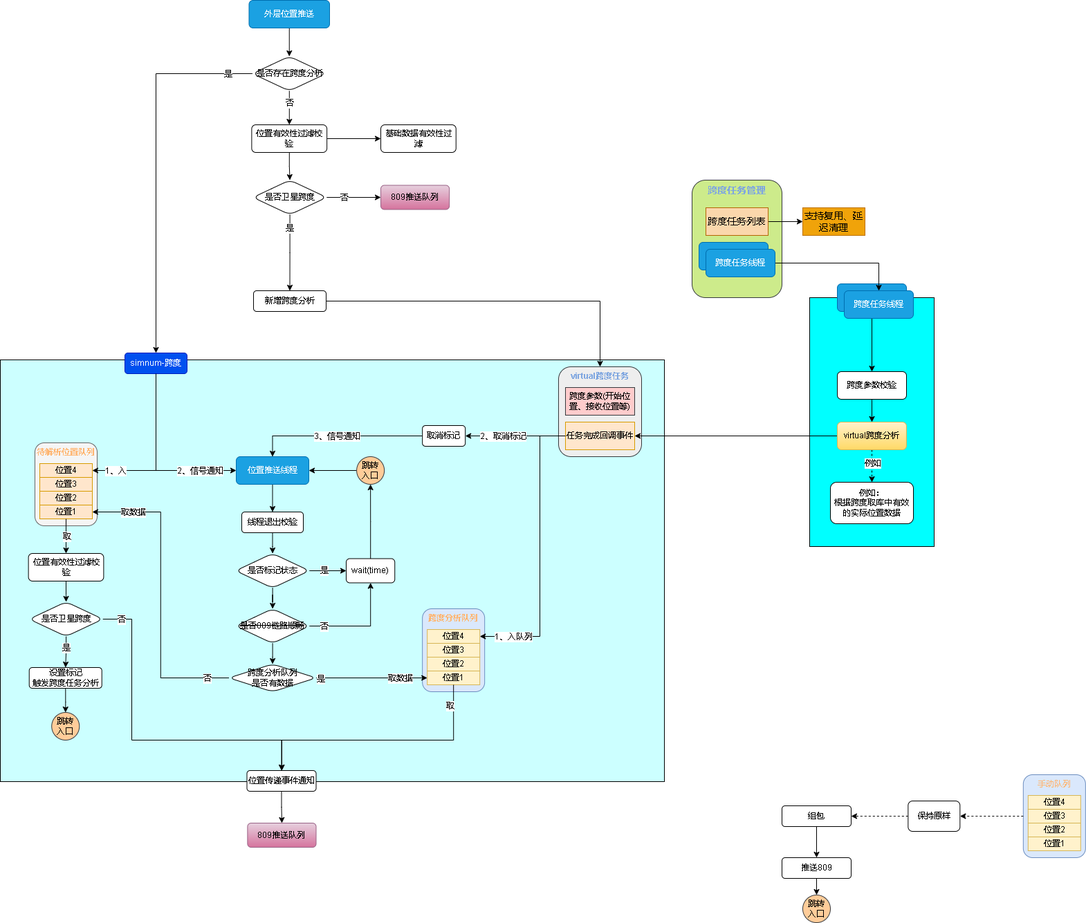
Earlier version of the draw.io export 809数据跨度.drawio.png (xktder/draw). Source tidied: cells renumbered, new cells last; positions are measured from the earlier drawing's top-left corner, leaving out a move shared by most shapes.
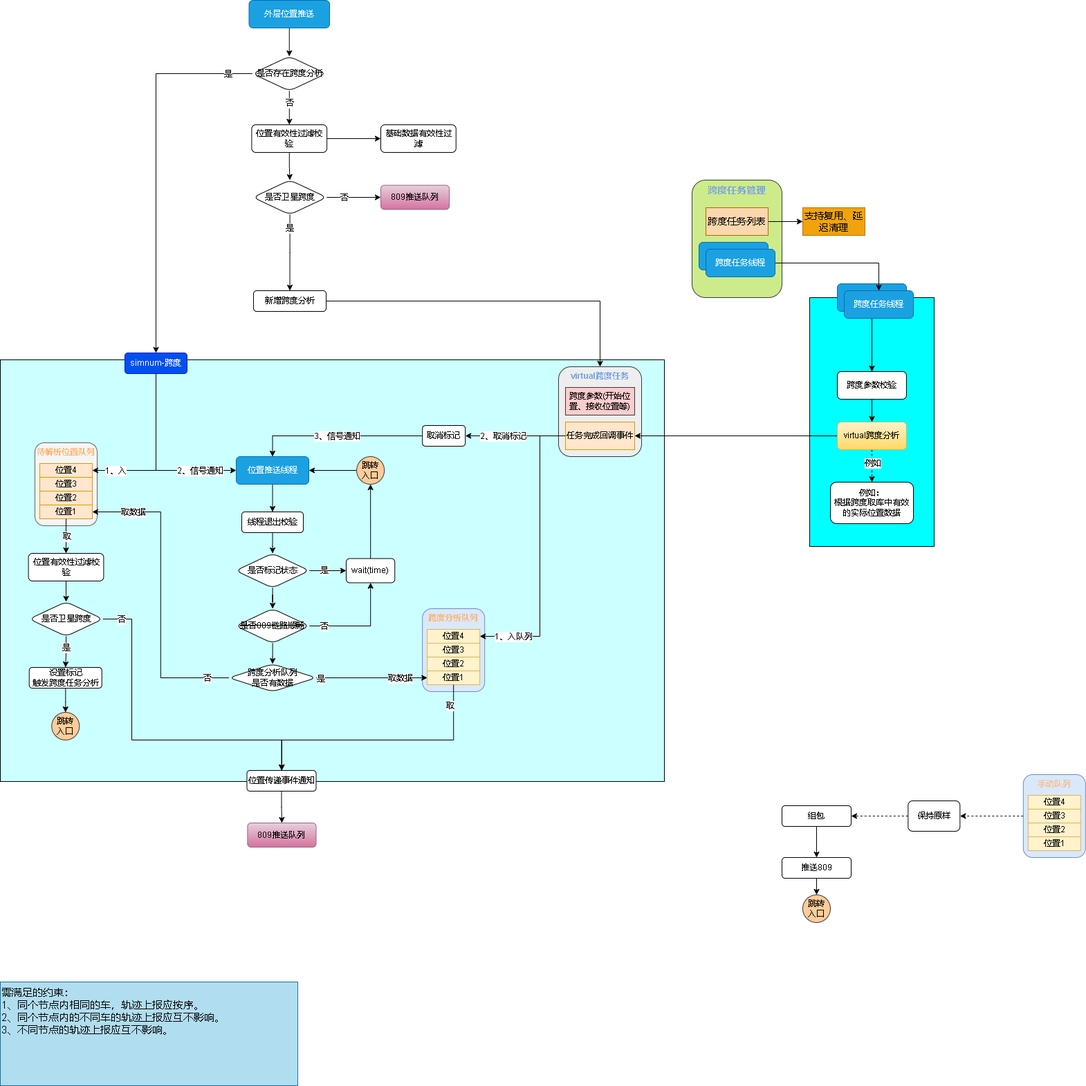
The same diagram one commit later.

Commit message:
更新809数据跨度.drawio.png

Diff of the diagram source:
```diff
@@ -417,5 +417,8 @@
     <mxCell id="121" value="跨度任务线程" style="rounded=1;whiteSpace=wrap;html=1;fontColor=#ffffff;fillColor=#1ba1e2;strokeColor=#006EAF;" parent="1" vertex="1">
       <mxGeometry x="1020" y="360" width="100" height="40" as="geometry" />
     </mxCell>
+    <mxCell id="122" value="&lt;font style=&quot;font-size: 15px;&quot;&gt;需满足的约束：&lt;br&gt;1、同个节点内相同的车，轨迹上报应按序。&lt;br&gt;2、同个节点内的不同车的轨迹上报应互不影响。&lt;br&gt;3、不同节点的轨迹上报应互不影响。&lt;/font&gt;" style="rounded=0;whiteSpace=wrap;html=1;align=left;verticalAlign=top;fillColor=#b1ddf0;strokeColor=#10739e;" parent="1" vertex="1">
+      <mxGeometry y="1420" width="430" height="150" as="geometry" />
+    </mxCell>
   </root>
 </mxGraphModel>
```
